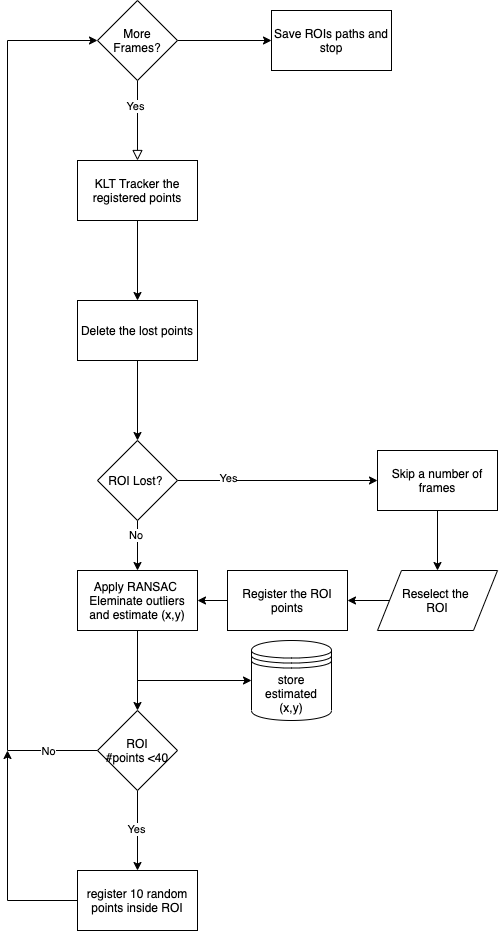
Above: Report/figures/Tracker_FChart.png in JRitmeester/IPCV2020 (draw.io), before the change. Source tidied: cells renumbered, new cells last; positions are measured from the earlier drawing's top-left corner, leaving out a move shared by most shapes.
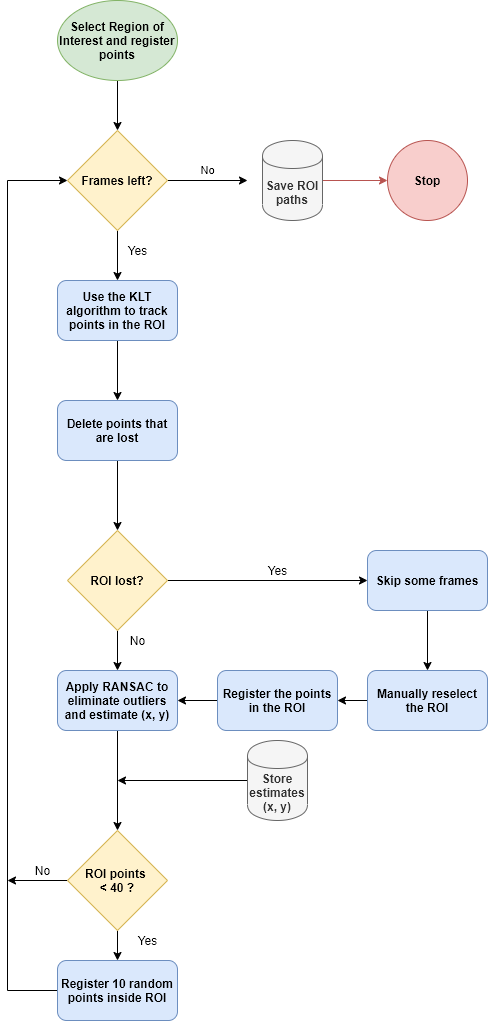
After the change.

Commit message:
Update the Tracker flow chart to include color, start and stop condition

The edit, as a diff of the source:
```diff
@@ -2,113 +2,121 @@
   <root>
     <mxCell id="0" />
     <mxCell id="1" parent="0" />
-    <mxCell id="2" style="rounded=0;html=1;jettySize=auto;fontSize=11;endArrow=block;endFill=0;endSize=8;strokeWidth=1;shadow=0;labelBackgroundColor=none;edgeStyle=orthogonalEdgeStyle;entryX=0.5;entryY=0;entryDx=0;entryDy=0;" parent="1" edge="1" target="7">
-      <mxGeometry relative="1" as="geometry">
-        <mxPoint x="130" y="80" as="sourcePoint" />
-      </mxGeometry>
-    </mxCell>
-    <mxCell id="3" value="Yes" style="edgeLabel;html=1;align=center;verticalAlign=middle;" parent="2" vertex="1">
-      <mxGeometry x="-0.36" y="-2" relative="1" as="geometry" />
-    </mxCell>
-    <mxCell id="4" style="edgeStyle=orthogonalEdgeStyle;rounded=0;jettySize=auto;html=1;exitX=1;exitY=0.5;exitDx=0;exitDy=0;entryX=0;entryY=0.5;entryDx=0;entryDy=0;" parent="1" edge="1" source="5" target="32">
-      <mxGeometry relative="1" as="geometry" />
-    </mxCell>
-    <mxCell id="5" value="More Frames?" style="rhombus;whiteSpace=wrap;html=1;" parent="1" vertex="1">
-      <mxGeometry x="90" width="80" height="80" as="geometry" />
-    </mxCell>
-    <mxCell id="6" style="edgeStyle=orthogonalEdgeStyle;rounded=0;jettySize=auto;html=1;" parent="1" edge="1" source="7" target="9">
-      <mxGeometry relative="1" as="geometry" />
-    </mxCell>
-    <mxCell id="7" value="KLT Tracker the registered points" style="rounded=0;whiteSpace=wrap;html=1;" parent="1" vertex="1">
-      <mxGeometry x="70" y="160" width="120" height="60" as="geometry" />
-    </mxCell>
-    <mxCell id="8" style="edgeStyle=orthogonalEdgeStyle;rounded=0;jettySize=auto;html=1;" parent="1" edge="1" source="9">
-      <mxGeometry relative="1" as="geometry">
-        <mxPoint x="130" y="440" as="targetPoint" />
-      </mxGeometry>
-    </mxCell>
-    <mxCell id="9" value="Delete the lost points" style="rounded=0;whiteSpace=wrap;html=1;" parent="1" vertex="1">
-      <mxGeometry x="70" y="300" width="120" height="60" as="geometry" />
-    </mxCell>
-    <mxCell id="10" style="edgeStyle=orthogonalEdgeStyle;rounded=0;jettySize=auto;html=1;entryX=0;entryY=0.5;entryDx=0;entryDy=0;" parent="1" edge="1" source="14" target="18">
-      <mxGeometry relative="1" as="geometry" />
-    </mxCell>
-    <mxCell id="11" value="Yes" style="edgeLabel;html=1;align=center;verticalAlign=middle;" parent="10" vertex="1">
-      <mxGeometry x="-0.49" y="2" relative="1" as="geometry" />
-    </mxCell>
-    <mxCell id="12" style="edgeStyle=orthogonalEdgeStyle;rounded=0;jettySize=auto;html=1;exitX=0.5;exitY=1;exitDx=0;exitDy=0;entryX=0.5;entryY=0;entryDx=0;entryDy=0;" parent="1" edge="1" source="14" target="20">
-      <mxGeometry relative="1" as="geometry" />
-    </mxCell>
-    <mxCell id="13" value="No&amp;nbsp;" style="edgeLabel;html=1;align=center;verticalAlign=middle;" parent="12" vertex="1">
-      <mxGeometry x="-0.42" relative="1" as="geometry" />
-    </mxCell>
-    <mxCell id="14" value="ROI Lost?&amp;nbsp;" style="rhombus;whiteSpace=wrap;html=1;" parent="1" vertex="1">
-      <mxGeometry x="90" y="440" width="80" height="80" as="geometry" />
-    </mxCell>
-    <mxCell id="15" style="edgeStyle=orthogonalEdgeStyle;rounded=0;jettySize=auto;html=1;exitX=0;exitY=0.5;exitDx=0;exitDy=0;entryX=1;entryY=0.5;entryDx=0;entryDy=0;" parent="1" edge="1" source="16" target="22">
-      <mxGeometry relative="1" as="geometry" />
-    </mxCell>
-    <mxCell id="16" value="Reselect the &lt;br&gt;ROI" style="shape=parallelogram;perimeter=parallelogramPerimeter;whiteSpace=wrap;html=1;" parent="1" vertex="1">
-      <mxGeometry x="370" y="570" width="120" height="60" as="geometry" />
-    </mxCell>
-    <mxCell id="17" style="edgeStyle=orthogonalEdgeStyle;rounded=0;jettySize=auto;html=1;exitX=0.5;exitY=1;exitDx=0;exitDy=0;entryX=0.5;entryY=0;entryDx=0;entryDy=0;" parent="1" edge="1" source="18" target="16">
-      <mxGeometry relative="1" as="geometry" />
-    </mxCell>
-    <mxCell id="18" value="Skip a number of frames" style="rounded=0;whiteSpace=wrap;html=1;" parent="1" vertex="1">
-      <mxGeometry x="370" y="450" width="120" height="60" as="geometry" />
-    </mxCell>
-    <mxCell id="19" style="edgeStyle=orthogonalEdgeStyle;rounded=0;jettySize=auto;html=1;" parent="1" edge="1" source="20">
-      <mxGeometry relative="1" as="geometry">
-        <mxPoint x="130" y="710" as="targetPoint" />
-      </mxGeometry>
-    </mxCell>
-    <mxCell id="20" value="Apply RANSAC&amp;nbsp;&lt;br&gt;Eleminate outliers and estimate (x,y)" style="rounded=0;whiteSpace=wrap;html=1;" parent="1" vertex="1">
-      <mxGeometry x="70" y="570" width="120" height="60" as="geometry" />
-    </mxCell>
-    <mxCell id="21" style="edgeStyle=orthogonalEdgeStyle;rounded=0;jettySize=auto;html=1;exitX=0;exitY=0.5;exitDx=0;exitDy=0;entryX=1;entryY=0.5;entryDx=0;entryDy=0;" parent="1" edge="1" source="22" target="20">
-      <mxGeometry relative="1" as="geometry" />
-    </mxCell>
-    <mxCell id="22" value="Register the ROI points" style="rounded=0;whiteSpace=wrap;html=1;" parent="1" vertex="1">
-      <mxGeometry x="220" y="570" width="120" height="60" as="geometry" />
-    </mxCell>
-    <mxCell id="23" style="edgeStyle=orthogonalEdgeStyle;rounded=0;jettySize=auto;html=1;entryX=0.5;entryY=0;entryDx=0;entryDy=0;" parent="1" edge="1" source="27" target="31">
-      <mxGeometry relative="1" as="geometry" />
-    </mxCell>
-    <mxCell id="24" value="Yes" style="edgeLabel;html=1;align=center;verticalAlign=middle;" parent="23" vertex="1">
-      <mxGeometry x="-0.05" y="-1" relative="1" as="geometry" />
-    </mxCell>
-    <mxCell id="25" style="edgeStyle=orthogonalEdgeStyle;rounded=0;jettySize=auto;html=1;exitX=0;exitY=0.5;exitDx=0;exitDy=0;entryX=0;entryY=0.5;entryDx=0;entryDy=0;" parent="1" edge="1" source="27" target="5">
-      <mxGeometry relative="1" as="geometry">
-        <Array as="points">
-          <mxPoint y="750" />
-          <mxPoint y="40" />
-        </Array>
-      </mxGeometry>
-    </mxCell>
-    <mxCell id="26" value="No" style="edgeLabel;html=1;align=center;verticalAlign=middle;" parent="25" vertex="1">
-      <mxGeometry x="-0.89" y="1" relative="1" as="geometry" />
-    </mxCell>
-    <mxCell id="27" value="ROI&lt;br&gt;#points &amp;lt;40" style="rhombus;whiteSpace=wrap;html=1;" parent="1" vertex="1">
-      <mxGeometry x="90" y="710" width="80" height="80" as="geometry" />
-    </mxCell>
-    <mxCell id="28" value="store estimated (x,y)" style="shape=datastore;whiteSpace=wrap;html=1;" parent="1" vertex="1">
-      <mxGeometry x="244" y="640" width="80" height="80" as="geometry" />
-    </mxCell>
-    <mxCell id="29" style="edgeStyle=orthogonalEdgeStyle;rounded=0;jettySize=auto;html=1;entryX=0;entryY=0.5;entryDx=0;entryDy=0;" parent="1" edge="1" target="28">
-      <mxGeometry relative="1" as="geometry">
-        <mxPoint x="130" y="680" as="sourcePoint" />
-      </mxGeometry>
-    </mxCell>
-    <mxCell id="30" style="edgeStyle=orthogonalEdgeStyle;rounded=0;jettySize=auto;html=1;exitX=0;exitY=0.5;exitDx=0;exitDy=0;" parent="1" edge="1" source="31">
-      <mxGeometry relative="1" as="geometry">
-        <mxPoint y="750" as="targetPoint" />
-      </mxGeometry>
-    </mxCell>
-    <mxCell id="31" value="register 10 random points inside ROI" style="rounded=0;whiteSpace=wrap;html=1;" parent="1" vertex="1">
-      <mxGeometry x="70" y="870" width="120" height="60" as="geometry" />
-    </mxCell>
-    <mxCell id="32" value="Save ROIs paths and stop" style="rounded=0;whiteSpace=wrap;html=1;" parent="1" vertex="1">
-      <mxGeometry x="264" y="10" width="120" height="60" as="geometry" />
-    </mxCell>
+    <mxCell id="33" style="edgeStyle=orthogonalEdgeStyle;rounded=0;jettySize=auto;html=1;exitX=0.5;exitY=1;exitDx=0;exitDy=0;" parent="1" edge="1" source="34" target="39">
+      <mxGeometry relative="1" as="geometry" />
+    </mxCell>
+    <mxCell id="34" value="&lt;b&gt;Select Region of Interest and register points&lt;/b&gt;" style="ellipse;whiteSpace=wrap;html=1;fillColor=#d5e8d4;strokeColor=#82b366;" parent="1" vertex="1">
+      <mxGeometry x="100" y="30" width="120" height="80" as="geometry" />
+    </mxCell>
+    <mxCell id="35" style="edgeStyle=orthogonalEdgeStyle;rounded=0;jettySize=auto;html=1;entryX=0.5;entryY=0;entryDx=0;entryDy=0;" parent="1" edge="1" source="36" target="45">
+      <mxGeometry relative="1" as="geometry" />
+    </mxCell>
+    <mxCell id="36" value="&lt;b&gt;Use the KLT algorithm to track points in the ROI&lt;/b&gt;" style="rounded=1;whiteSpace=wrap;html=1;fillColor=#dae8fc;strokeColor=#6c8ebf;" parent="1" vertex="1">
+      <mxGeometry x="100" y="310" width="120" height="60" as="geometry" />
+    </mxCell>
+    <mxCell id="37" value="No" style="edgeStyle=orthogonalEdgeStyle;rounded=0;jettySize=auto;html=1;exitX=1;exitY=0.5;exitDx=0;exitDy=0;" parent="1" edge="1" source="39">
+      <mxGeometry y="10" relative="1" as="geometry">
+        <mxPoint x="290" y="210" as="targetPoint" />
+      </mxGeometry>
+    </mxCell>
+    <mxCell id="38" style="edgeStyle=orthogonalEdgeStyle;rounded=0;jettySize=auto;html=1;entryX=0.5;entryY=0;entryDx=0;entryDy=0;" parent="1" edge="1" source="39" target="36">
+      <mxGeometry relative="1" as="geometry" />
+    </mxCell>
+    <mxCell id="39" value="&lt;b&gt;Frames left?&lt;/b&gt;" style="rhombus;whiteSpace=wrap;html=1;fillColor=#fff2cc;strokeColor=#d6b656;" parent="1" vertex="1">
+      <mxGeometry x="110" y="160" width="100" height="100" as="geometry" />
+    </mxCell>
+    <mxCell id="40" style="edgeStyle=orthogonalEdgeStyle;rounded=0;jettySize=auto;html=1;fillColor=#f8cecc;strokeColor=#b85450;" parent="1" edge="1" source="41" target="42">
+      <mxGeometry relative="1" as="geometry" />
+    </mxCell>
+    <mxCell id="41" value="&lt;b&gt;Save ROI paths&lt;/b&gt;" style="shape=cylinder;whiteSpace=wrap;html=1;boundedLbl=1;backgroundOutline=1;fillColor=#f5f5f5;strokeColor=#666666;fontColor=#333333;" parent="1" vertex="1">
+      <mxGeometry x="305" y="170" width="60" height="80" as="geometry" />
+    </mxCell>
+    <mxCell id="42" value="&lt;b&gt;Stop&lt;/b&gt;" style="ellipse;whiteSpace=wrap;html=1;fillColor=#f8cecc;strokeColor=#b85450;" parent="1" vertex="1">
+      <mxGeometry x="430" y="170" width="80" height="80" as="geometry" />
+    </mxCell>
+    <mxCell id="43" value="Yes" style="text;html=1;align=center;verticalAlign=middle;" parent="1" vertex="1">
+      <mxGeometry x="160" y="270" width="40" height="20" as="geometry" />
+    </mxCell>
+    <mxCell id="44" style="edgeStyle=orthogonalEdgeStyle;rounded=0;jettySize=auto;html=1;exitX=0.5;exitY=1;exitDx=0;exitDy=0;" parent="1" edge="1" source="45" target="48">
+      <mxGeometry relative="1" as="geometry" />
+    </mxCell>
+    <mxCell id="45" value="&lt;b&gt;Delete points that are lost&lt;/b&gt;" style="rounded=1;whiteSpace=wrap;html=1;fillColor=#dae8fc;strokeColor=#6c8ebf;" parent="1" vertex="1">
+      <mxGeometry x="100" y="430" width="120" height="60" as="geometry" />
+    </mxCell>
+    <mxCell id="46" style="edgeStyle=orthogonalEdgeStyle;rounded=0;jettySize=auto;html=1;exitX=1;exitY=0.5;exitDx=0;exitDy=0;entryX=0;entryY=0.5;entryDx=0;entryDy=0;" parent="1" edge="1" source="48" target="50">
+      <mxGeometry relative="1" as="geometry" />
+    </mxCell>
+    <mxCell id="47" style="edgeStyle=orthogonalEdgeStyle;rounded=0;jettySize=auto;html=1;exitX=0.5;exitY=1;exitDx=0;exitDy=0;entryX=0.5;entryY=0;entryDx=0;entryDy=0;startArrow=none;startFill=0;endArrow=classic;endFill=1;" parent="1" edge="1" source="48" target="67">
+      <mxGeometry relative="1" as="geometry" />
+    </mxCell>
+    <mxCell id="48" value="&lt;b&gt;ROI lost?&lt;/b&gt;" style="rhombus;whiteSpace=wrap;html=1;fillColor=#fff2cc;strokeColor=#d6b656;" parent="1" vertex="1">
+      <mxGeometry x="110" y="560" width="100" height="100" as="geometry" />
+    </mxCell>
+    <mxCell id="49" style="edgeStyle=orthogonalEdgeStyle;rounded=0;jettySize=auto;html=1;exitX=0.5;exitY=1;exitDx=0;exitDy=0;entryX=0.5;entryY=0;entryDx=0;entryDy=0;" parent="1" edge="1" source="50" target="53">
+      <mxGeometry relative="1" as="geometry" />
+    </mxCell>
+    <mxCell id="50" value="&lt;b&gt;Skip some frames&lt;/b&gt;" style="rounded=1;whiteSpace=wrap;html=1;fillColor=#dae8fc;strokeColor=#6c8ebf;" parent="1" vertex="1">
+      <mxGeometry x="410" y="580" width="120" height="60" as="geometry" />
+    </mxCell>
+    <mxCell id="51" value="Yes" style="text;html=1;align=center;verticalAlign=middle;" parent="1" vertex="1">
+      <mxGeometry x="300" y="590" width="40" height="20" as="geometry" />
+    </mxCell>
+    <mxCell id="52" style="edgeStyle=orthogonalEdgeStyle;rounded=0;jettySize=auto;html=1;" parent="1" edge="1" source="53" target="55">
+      <mxGeometry relative="1" as="geometry" />
+    </mxCell>
+    <mxCell id="53" value="&lt;b&gt;Manually reselect the ROI&lt;/b&gt;" style="rounded=1;whiteSpace=wrap;html=1;fillColor=#dae8fc;strokeColor=#6c8ebf;" parent="1" vertex="1">
+      <mxGeometry x="410" y="700" width="120" height="60" as="geometry" />
+    </mxCell>
+    <mxCell id="54" style="edgeStyle=orthogonalEdgeStyle;rounded=0;jettySize=auto;html=1;exitX=0;exitY=0.5;exitDx=0;exitDy=0;startArrow=none;startFill=0;endArrow=classic;endFill=1;" parent="1" edge="1" source="55" target="67">
+      <mxGeometry relative="1" as="geometry" />
+    </mxCell>
+    <mxCell id="55" value="&lt;b&gt;Register the points in the ROI&lt;/b&gt;" style="rounded=1;whiteSpace=wrap;html=1;fillColor=#dae8fc;strokeColor=#6c8ebf;" parent="1" vertex="1">
+      <mxGeometry x="260" y="700" width="120" height="60" as="geometry" />
+    </mxCell>
+    <mxCell id="56" style="edgeStyle=orthogonalEdgeStyle;rounded=0;jettySize=auto;html=1;entryX=0;entryY=0.5;entryDx=0;entryDy=0;startArrow=none;startFill=0;endArrow=classic;endFill=1;" parent="1" edge="1" source="57" target="39">
+      <mxGeometry relative="1" as="geometry">
+        <Array as="points">
+          <mxPoint x="50" y="1020" />
+          <mxPoint x="50" y="210" />
+        </Array>
+      </mxGeometry>
+    </mxCell>
+    <mxCell id="57" value="&lt;b&gt;Register 10 random points inside ROI&lt;/b&gt;" style="rounded=1;whiteSpace=wrap;html=1;fillColor=#dae8fc;strokeColor=#6c8ebf;" parent="1" vertex="1">
+      <mxGeometry x="100" y="990" width="120" height="60" as="geometry" />
+    </mxCell>
+    <mxCell id="58" value="No" style="text;html=1;align=center;verticalAlign=middle;" parent="1" vertex="1">
+      <mxGeometry x="165" y="660" width="30" height="20" as="geometry" />
+    </mxCell>
+    <mxCell id="59" style="edgeStyle=orthogonalEdgeStyle;rounded=0;jettySize=auto;html=1;exitX=0;exitY=0.5;exitDx=0;exitDy=0;startArrow=none;startFill=0;endArrow=classic;endFill=1;" parent="1" edge="1" source="60">
+      <mxGeometry relative="1" as="geometry">
+        <mxPoint x="160" y="810" as="targetPoint" />
+      </mxGeometry>
+    </mxCell>
+    <mxCell id="60" value="&lt;b&gt;Store estimates (x, y)&lt;/b&gt;" style="shape=cylinder;whiteSpace=wrap;html=1;boundedLbl=1;backgroundOutline=1;fillColor=#f5f5f5;strokeColor=#666666;fontColor=#333333;" parent="1" vertex="1">
+      <mxGeometry x="290" y="770" width="60" height="80" as="geometry" />
+    </mxCell>
+    <mxCell id="61" style="edgeStyle=orthogonalEdgeStyle;rounded=0;jettySize=auto;html=1;exitX=0;exitY=0.5;exitDx=0;exitDy=0;startArrow=none;startFill=0;endArrow=classic;endFill=1;" parent="1" edge="1" source="63">
+      <mxGeometry relative="1" as="geometry">
+        <mxPoint x="50" y="910" as="targetPoint" />
+      </mxGeometry>
+    </mxCell>
+    <mxCell id="62" style="edgeStyle=orthogonalEdgeStyle;rounded=0;jettySize=auto;html=1;exitX=0.5;exitY=1;exitDx=0;exitDy=0;entryX=0.5;entryY=0;entryDx=0;entryDy=0;startArrow=none;startFill=0;endArrow=classic;endFill=1;" parent="1" edge="1" source="63" target="57">
+      <mxGeometry relative="1" as="geometry" />
+    </mxCell>
+    <mxCell id="63" value="&lt;b&gt;ROI points &lt;br&gt;&amp;lt; 40 ?&lt;/b&gt;" style="rhombus;whiteSpace=wrap;html=1;fillColor=#fff2cc;strokeColor=#d6b656;" parent="1" vertex="1">
+      <mxGeometry x="110" y="860" width="100" height="100" as="geometry" />
+    </mxCell>
+    <mxCell id="64" value="Yes" style="text;html=1;align=center;verticalAlign=middle;" parent="1" vertex="1">
+      <mxGeometry x="170" y="960" width="40" height="20" as="geometry" />
+    </mxCell>
+    <mxCell id="65" value="No" style="text;html=1;align=center;verticalAlign=middle;" parent="1" vertex="1">
+      <mxGeometry x="70" y="890" width="30" height="20" as="geometry" />
+    </mxCell>
+    <mxCell id="66" style="edgeStyle=orthogonalEdgeStyle;rounded=0;jettySize=auto;html=1;exitX=0.5;exitY=1;exitDx=0;exitDy=0;entryX=0.5;entryY=0;entryDx=0;entryDy=0;startArrow=none;startFill=0;endArrow=classic;endFill=1;" parent="1" edge="1" source="67" target="63">
+      <mxGeometry relative="1" as="geometry" />
+    </mxCell>
+    <mxCell id="67" value="&lt;b&gt;Apply RANSAC to eliminate outliers and estimate (x, y)&lt;/b&gt;" style="rounded=1;whiteSpace=wrap;html=1;fillColor=#dae8fc;strokeColor=#6c8ebf;" parent="1" vertex="1">
+      <mxGeometry x="100" y="700" width="120" height="60" as="geometry" />
+    </mxCell>
   </root>
 </mxGraphModel>
```
